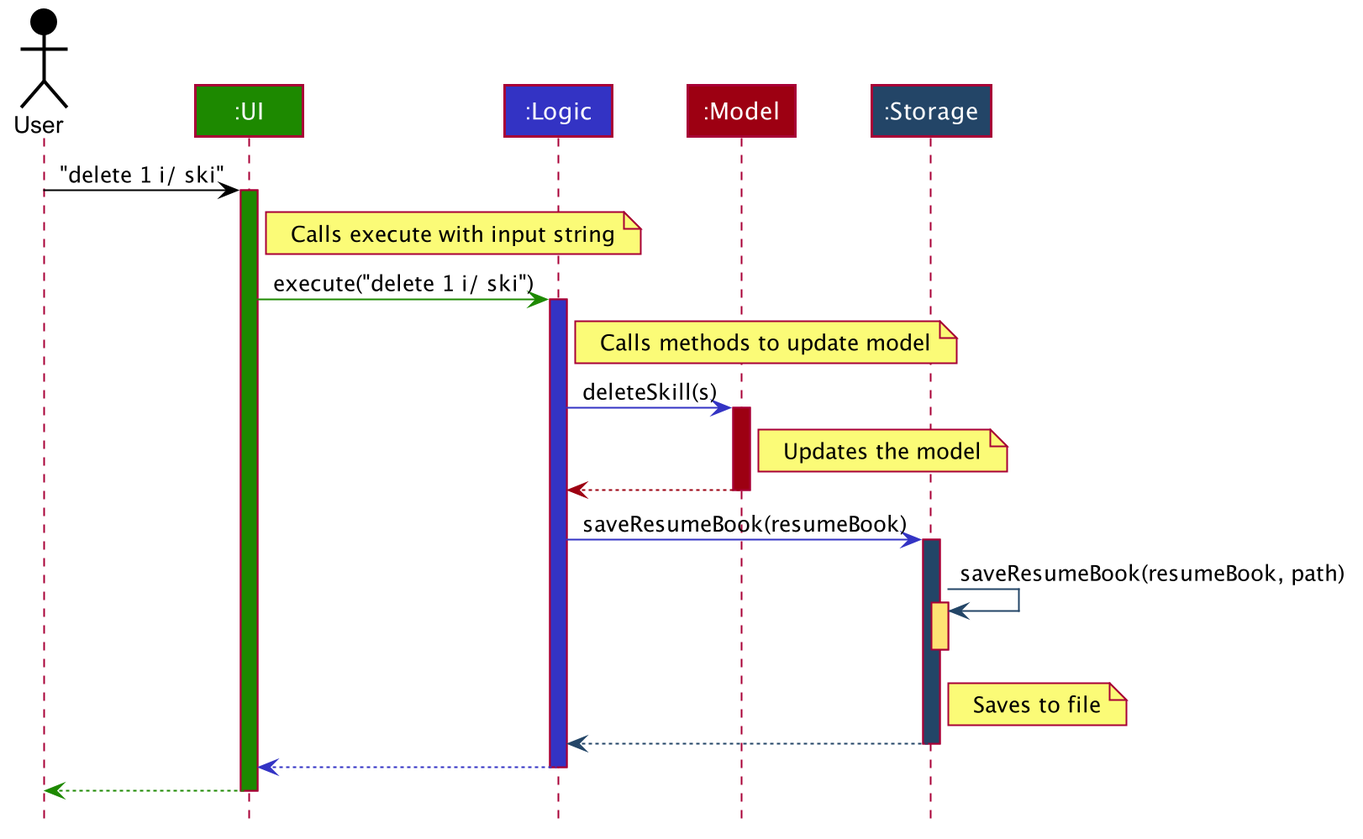
Before: docs/images/ArchitectureSequenceDiagram.png, a diagram exported from PlantUML (wardetu/main).
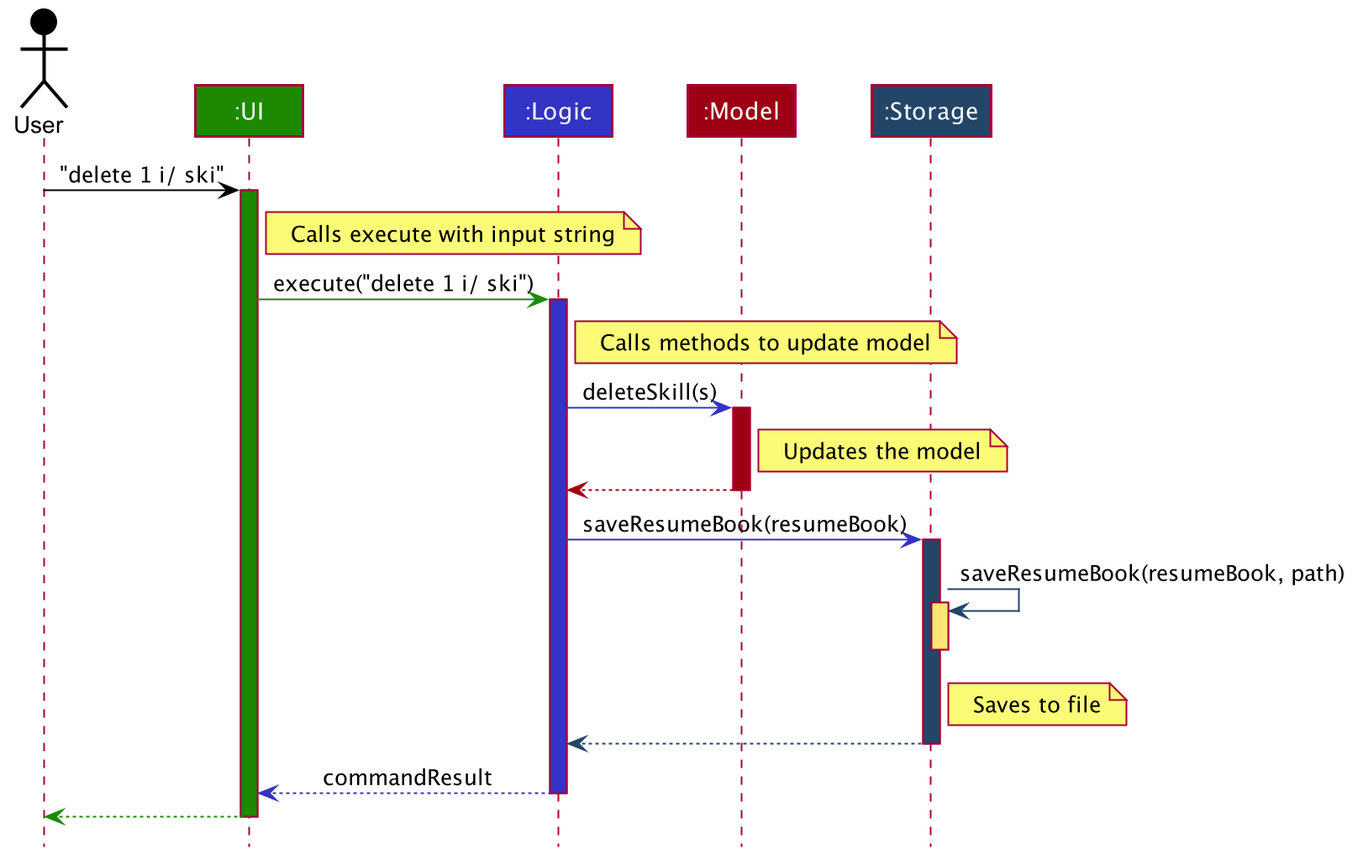
After the commit.

The edit, as a diff of the source:
```diff
@@ -81,7 +81,7 @@
 storage --[#234567]> logic
 deactivate storage
 
-logic --[#3333C4]> ui
+logic --[#3333C4]> ui: commandResult
 deactivate logic
 
 ui--[#1D8900]> user
```
